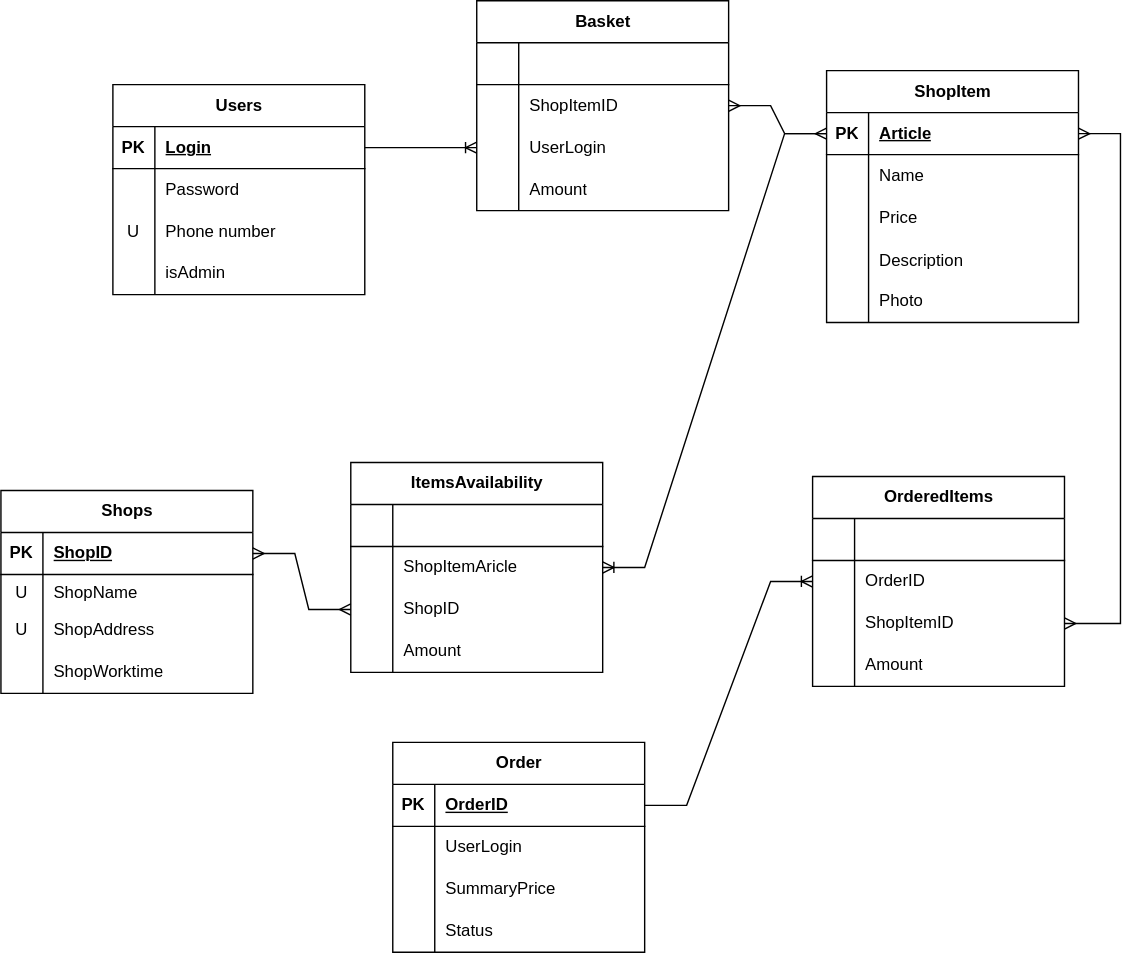
Above: readme-content/database.svg in andrew-dot-exe/100am_shop (draw.io), before the change. Source tidied: cells renumbered, new cells last; positions are measured from the earlier drawing's top-left corner, leaving out a move shared by most shapes.
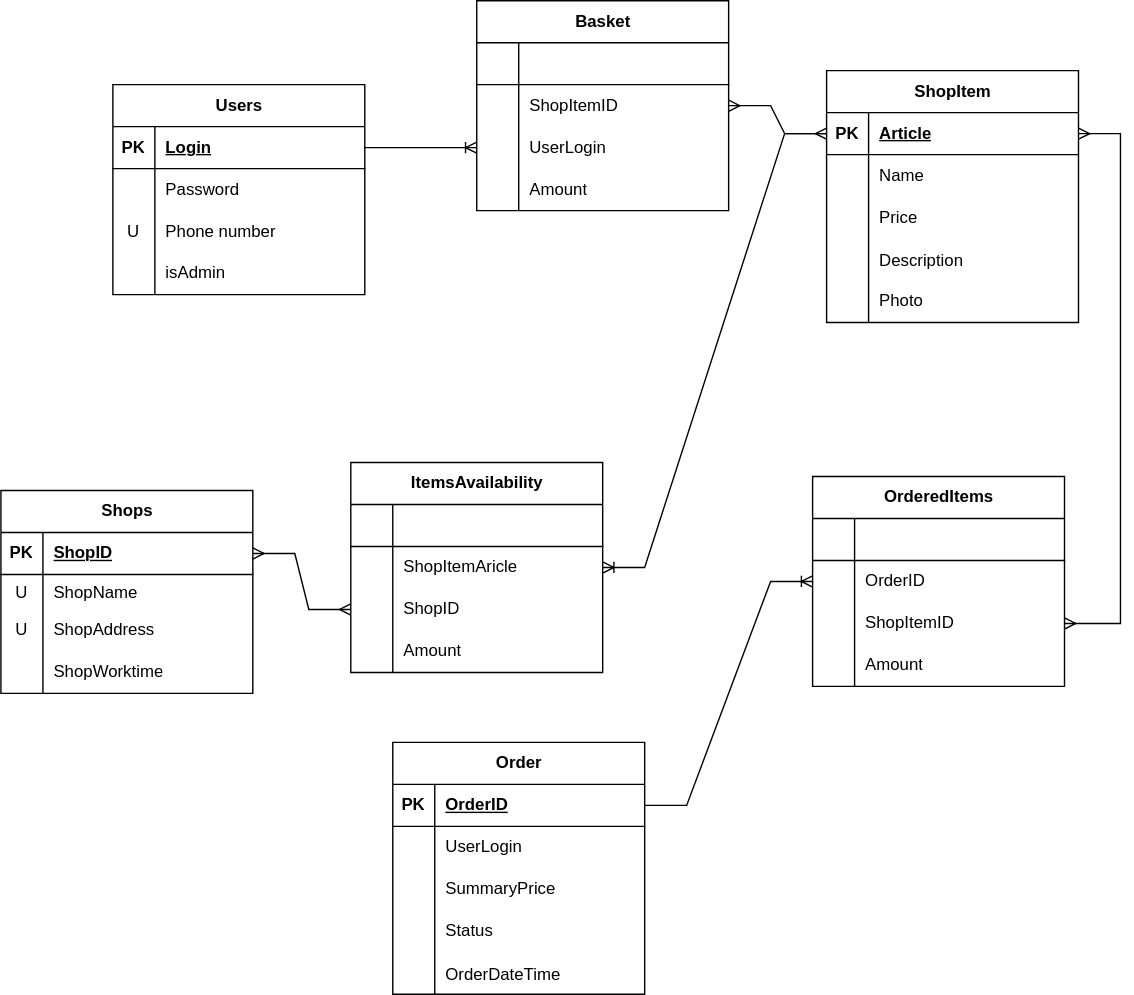
Later version of the same file.

Commit message:
data scheme update

What changed in the source:
```diff
@@ -132,7 +132,7 @@
       <mxGeometry relative="1" as="geometry" />
     </mxCell>
     <mxCell id="45" value="Order" style="shape=table;startSize=30;rowLines=0;fontStyle=1;align=center;html=1;" parent="1" vertex="1">
-      <mxGeometry x="280" y="530" width="180" height="150" as="geometry" />
+      <mxGeometry x="280" y="530" width="180" height="180" as="geometry" />
     </mxCell>
     <mxCell id="46" style="shape=tableRow;horizontal=0;startSize=0;swimlaneHead=0;swimlaneBody=0;fillColor=none;points=[[0,0.5],[1,0.5]];portConstraint=eastwest;top=0;left=0;right=0;bottom=1;" parent="45" vertex="1">
       <mxGeometry y="30" width="180" height="30" as="geometry" />
@@ -170,6 +170,15 @@
     <mxCell id="57" value="Status" style="shape=partialRectangle;fillColor=none;top=0;left=0;bottom=0;right=0;align=left;spacingLeft=6;overflow=hidden;whiteSpace=wrap;html=1;" parent="55" vertex="1">
       <mxGeometry x="30" width="150" height="30" as="geometry" />
     </mxCell>
+    <mxCell id="102" style="shape=tableRow;horizontal=0;startSize=0;swimlaneHead=0;swimlaneBody=0;fillColor=none;top=0;left=0;right=0;bottom=0;" parent="45" vertex="1">
+      <mxGeometry y="150" width="180" height="30" as="geometry" />
+    </mxCell>
+    <mxCell id="103" style="shape=partialRectangle;fillColor=none;top=0;left=0;bottom=0;right=0;overflow=hidden;" parent="102" vertex="1">
+      <mxGeometry width="30" height="30" as="geometry" />
+    </mxCell>
+    <mxCell id="104" value="OrderDateTime" style="shape=partialRectangle;fillColor=none;top=0;left=0;bottom=0;right=0;align=left;spacingLeft=6;overflow=hidden;" parent="102" vertex="1">
+      <mxGeometry x="30" width="150" height="30" as="geometry" />
+    </mxCell>
     <mxCell id="58" value="OrderedItems" style="shape=table;startSize=30;rowLines=0;fontStyle=1;align=center;html=1;" parent="1" vertex="1">
       <mxGeometry x="580" y="340" width="180" height="150" as="geometry" />
     </mxCell>
```
